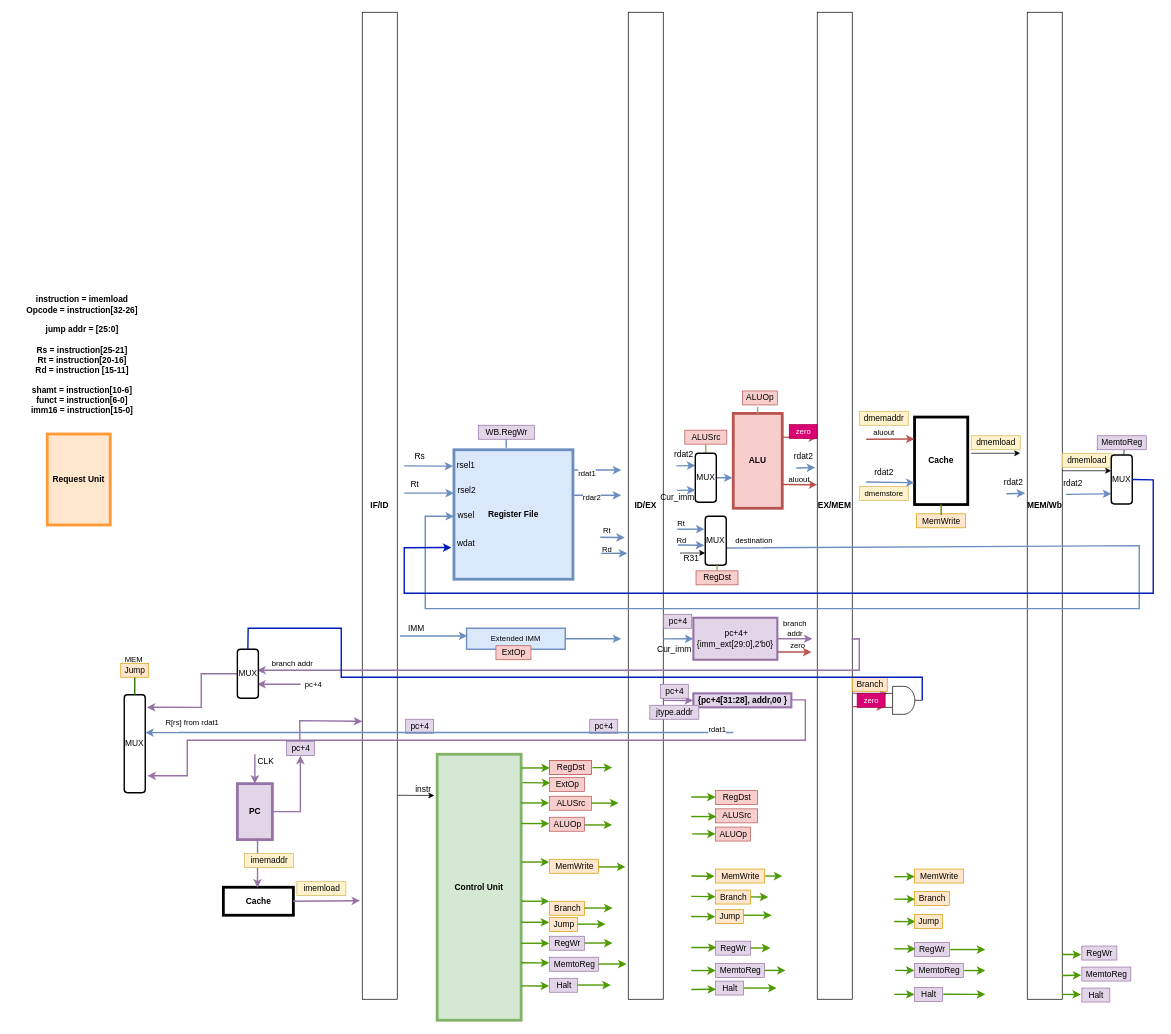
Above: pipeline.drawio in vickyfyq/ece437 (draw.io), before the change. Source tidied: cells renumbered, new cells numbered last; positions are measured from the earlier drawing's top-left corner, leaving out a move shared by most shapes. Both pictures are drawn from the tidied source at 70%, with x=0, y=0 at pixel (12, 12).
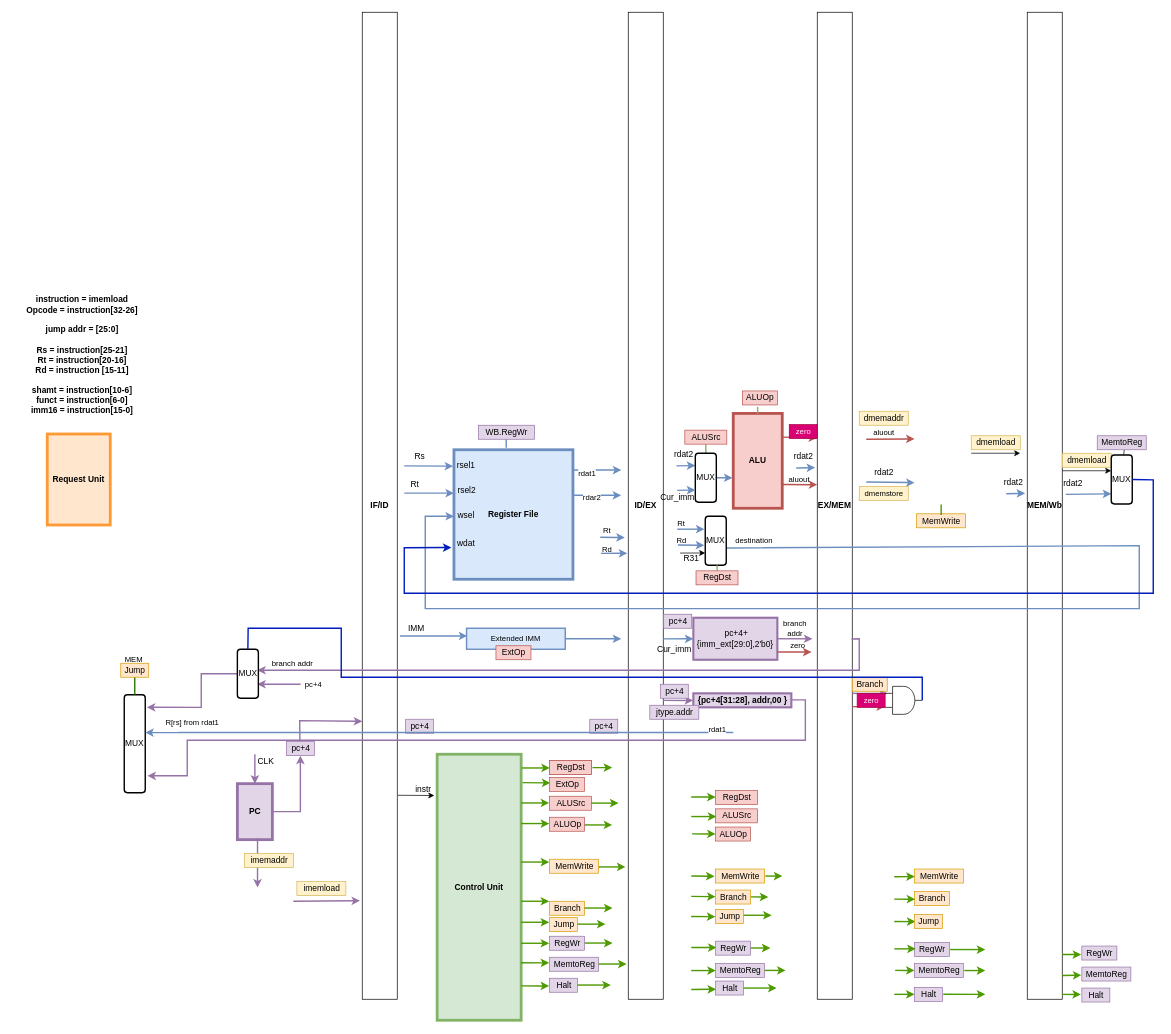
The same diagram, later.

The change refers to these unchanged cells:
```xml
<mxCell id="154" value="MemWrite" style="text;html=1;align=center;verticalAlign=middle;points=[];strokeColor=#d79b00;fillColor=#ffe6cc;" parent="1" vertex="1">
  <mxGeometry x="1292" y="716.5" width="70" height="20" as="geometry" />
</mxCell>
```

Diff of the diagram source:
```diff
@@
-    <mxCell id="76" value="&lt;b&gt;Cache&lt;/b&gt;" style="rounded=0;whiteSpace=wrap;html=1;strokeWidth=4;" parent="1" vertex="1">
-      <mxGeometry x="301.6" y="1250" width="100" height="40" as="geometry" />
-    </mxCell>
@@
-    <mxCell id="81" style="endArrow=classic;html=1;rounded=0;fontColor=#000000;strokeColor=#9673a6;strokeWidth=2;fillColor=#e1d5e7;entryX=-0.095;entryY=0.842;entryDx=0;entryDy=0;entryPerimeter=0;exitX=1;exitY=0.5;exitDx=0;exitDy=0;" parent="1" edge="1" source="76">
+    <mxCell id="81" style="endArrow=classic;html=1;rounded=0;fontColor=#000000;strokeColor=#9673a6;strokeWidth=2;fillColor=#e1d5e7;entryX=-0.095;entryY=0.842;entryDx=0;entryDy=0;entryPerimeter=0;exitX=1;exitY=0.5;exitDx=0;exitDy=0;" parent="1" edge="1">
       <mxGeometry relative="1" as="geometry">
+        <mxPoint x="401.5" y="1270" as="sourcePoint" />
         <mxPoint x="496.8" y="1269.2" as="targetPoint" />
       </mxGeometry>
     </mxCell>
@@
-    <mxCell id="145" value="&lt;b&gt;Cache&lt;/b&gt;" style="rounded=0;whiteSpace=wrap;html=1;strokeWidth=4;" parent="1" vertex="1">
-      <mxGeometry x="1289" y="578.3" width="76" height="125" as="geometry" />
-    </mxCell>
@@
-    <mxCell id="149" style="endArrow=classic;html=1;rounded=0;strokeColor=#6c8ebf;strokeWidth=2;fillColor=#dae8fc;entryX=0;entryY=0.75;entryDx=0;entryDy=0;" parent="1" edge="1" target="145">
+    <mxCell id="149" style="endArrow=classic;html=1;rounded=0;strokeColor=#6c8ebf;strokeWidth=2;fillColor=#dae8fc;entryX=0;entryY=0.75;entryDx=0;entryDy=0;" parent="1" edge="1">
       <mxGeometry relative="1" as="geometry">
         <mxPoint x="1220" y="671" as="sourcePoint" />
+        <mxPoint x="1289" y="672" as="targetPoint" />
       </mxGeometry>
     </mxCell>
@@
-    <mxCell id="152" style="endArrow=classic;html=1;rounded=0;labelBackgroundColor=default;fontFamily=Helvetica;fontSize=11;fontColor=default;strokeColor=#b85450;strokeWidth=2;fillColor=#f8cecc;shape=connector;entryX=0;entryY=0.25;entryDx=0;entryDy=0;" parent="1" edge="1" target="145">
+    <mxCell id="152" style="endArrow=classic;html=1;rounded=0;labelBackgroundColor=default;fontFamily=Helvetica;fontSize=11;fontColor=default;strokeColor=#b85450;strokeWidth=2;fillColor=#f8cecc;shape=connector;entryX=0;entryY=0.25;entryDx=0;entryDy=0;" parent="1" edge="1">
       <mxGeometry relative="1" as="geometry">
         <mxPoint x="1220" y="610" as="sourcePoint" />
+        <mxPoint x="1289" y="609.5" as="targetPoint" />
       </mxGeometry>
     </mxCell>
@@
-    <mxCell id="155" style="endArrow=none;html=1;rounded=0;entryX=0.5;entryY=1;entryDx=0;entryDy=0;strokeColor=#4D9900;strokeWidth=2;endFill=0;exitX=0.5;exitY=0.084;exitDx=0;exitDy=0;exitPerimeter=0;" parent="1" edge="1" source="154" target="145">
-      <mxGeometry relative="1" as="geometry" />
+    <mxCell id="155" style="endArrow=none;html=1;rounded=0;entryX=0.5;entryY=1;entryDx=0;entryDy=0;strokeColor=#4D9900;strokeWidth=2;endFill=0;exitX=0.5;exitY=0.084;exitDx=0;exitDy=0;exitPerimeter=0;" parent="1" edge="1" source="154">
+      <mxGeometry relative="1" as="geometry">
+        <mxPoint x="1327" y="703.3" as="targetPoint" />
+      </mxGeometry>
     </mxCell>
-    <mxCell id="156" style="endArrow=classic;html=1;rounded=0;exitX=1.066;exitY=0.414;exitDx=0;exitDy=0;exitPerimeter=0;" parent="1" edge="1" source="145">
+    <mxCell id="156" style="endArrow=classic;html=1;rounded=0;exitX=1.066;exitY=0.414;exitDx=0;exitDy=0;exitPerimeter=0;" parent="1" edge="1">
       <mxGeometry relative="1" as="geometry">
+        <mxPoint x="1370" y="630" as="sourcePoint" />
         <mxPoint x="1440" y="630" as="targetPoint" />
       </mxGeometry>
     </mxCell>
```
